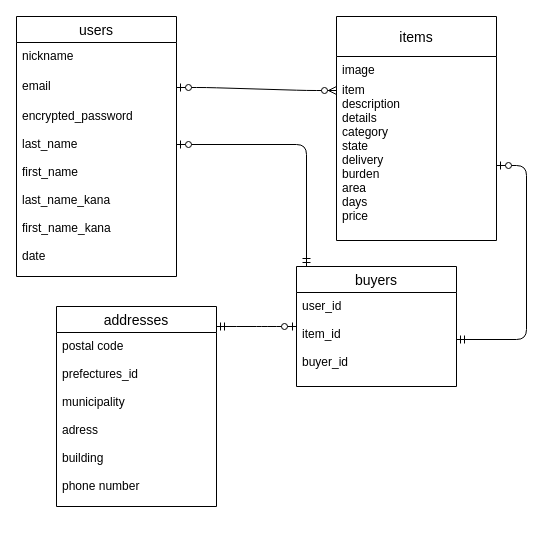
The draw.io diagram er.dio in kousuke-amano/furima-33946, before the edit. Source tidied: cells renumbered, new cells numbered last; positions are measured from the earlier drawing's top-left corner, leaving out a move shared by most shapes. Both pictures are drawn from the tidied source at 100%, with x=0, y=0 at pixel (16, 16).
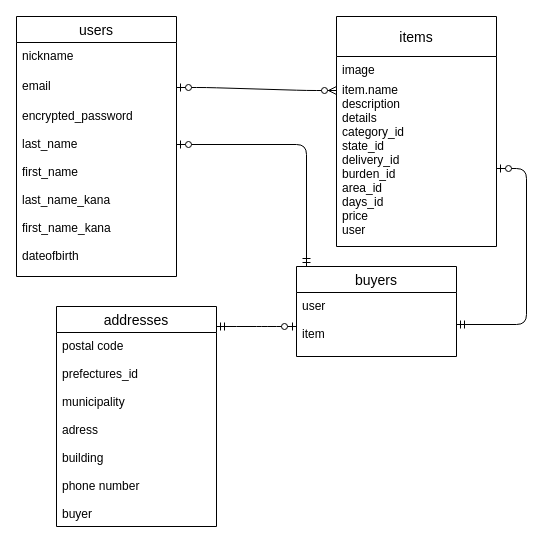
After the change.

Commit message:
データベース設計の修正

The change refers to these unchanged cells:
```xml
<mxCell id="2" value="users" style="swimlane;fontStyle=0;horizontal=1;startSize=26;align=center;fontSize=14;" parent="1" vertex="1">
  <mxGeometry width="160" height="260" as="geometry" />
</mxCell>
```

Change to the diagram source:
```diff
@@
-    <mxCell id="5" value="encrypted_password&#10;&#10;last_name&#10;&#10;first_name&#10;&#10;last_name_kana&#10;&#10;first_name_kana&#10;&#10;date&#10;&#10;&#10;&#10;" style="text;strokeColor=none;fillColor=none;spacingLeft=4;spacingRight=4;overflow=hidden;points=[[0,0.5],[1,0.5]];portConstraint=eastwest;fontSize=12;" parent="2" vertex="1">
+    <mxCell id="5" value="encrypted_password&#10;&#10;last_name&#10;&#10;first_name&#10;&#10;last_name_kana&#10;&#10;first_name_kana&#10;&#10;dateofbirth&#10;&#10;&#10;&#10;" style="text;strokeColor=none;fillColor=none;spacingLeft=4;spacingRight=4;overflow=hidden;points=[[0,0.5],[1,0.5]];portConstraint=eastwest;fontSize=12;" parent="2" vertex="1">
       <mxGeometry y="86" width="160" height="174" as="geometry" />
     </mxCell>
     <mxCell id="6" value="items" style="swimlane;fontStyle=0;horizontal=1;startSize=40;align=center;fontSize=14;" parent="1" vertex="1">
-      <mxGeometry x="320" width="160" height="224" as="geometry" />
+      <mxGeometry x="320" width="160" height="230" as="geometry" />
     </mxCell>
@@
-    <mxCell id="8" value="item" style="text;strokeColor=none;fillColor=none;spacingLeft=4;spacingRight=4;overflow=hidden;fontSize=12;" parent="6" vertex="1">
+    <mxCell id="8" value="item.name" style="text;strokeColor=none;fillColor=none;spacingLeft=4;spacingRight=4;overflow=hidden;fontSize=12;" parent="6" vertex="1">
       <mxGeometry y="60" width="160" height="14" as="geometry" />
     </mxCell>
-    <mxCell id="9" value="description&#10;details&#10;category&#10;state&#10;delivery&#10;burden&#10;area&#10;days&#10;price&#10;&#10;&#10;&#10;&#10;&#10;&#10;&#10;&#10;" style="text;strokeColor=none;fillColor=none;spacingLeft=4;spacingRight=4;overflow=hidden;points=[[0,0.5],[1,0.5]];portConstraint=eastwest;fontSize=12;" parent="6" vertex="1">
-      <mxGeometry y="74" width="160" height="150" as="geometry" />
+    <mxCell id="9" value="description&#10;details&#10;category_id&#10;state_id&#10;delivery_id&#10;burden_id&#10;area_id&#10;days_id&#10;price&#10;user&#10;&#10;&#10;&#10;&#10;&#10;&#10;&#10;&#10;&#10;" style="text;strokeColor=none;fillColor=none;spacingLeft=4;spacingRight=4;overflow=hidden;points=[[0,0.5],[1,0.5]];portConstraint=eastwest;fontSize=12;" parent="6" vertex="1">
+      <mxGeometry y="74" width="160" height="156" as="geometry" />
     </mxCell>
     <mxCell id="10" value="addresses" style="swimlane;fontStyle=0;horizontal=1;startSize=26;align=center;fontSize=14;" parent="1" vertex="1">
-      <mxGeometry x="40" y="290" width="160" height="200" as="geometry" />
+      <mxGeometry x="40" y="290" width="160" height="220" as="geometry" />
     </mxCell>
-    <mxCell id="11" value="postal code&#10;&#10;prefectures_id&#10;&#10;municipality&#10;&#10;adress&#10;&#10;building&#10;&#10;phone number&#10;&#10;&#10;&#10;" style="text;strokeColor=none;fillColor=none;spacingLeft=4;spacingRight=4;overflow=hidden;fontSize=12;" parent="10" vertex="1">
-      <mxGeometry y="26" width="160" height="174" as="geometry" />
+    <mxCell id="11" value="postal code&#10;&#10;prefectures_id&#10;&#10;municipality&#10;&#10;adress&#10;&#10;building&#10;&#10;phone number&#10;&#10;buyer&#10;&#10;&#10;&#10;" style="text;strokeColor=none;fillColor=none;spacingLeft=4;spacingRight=4;overflow=hidden;fontSize=12;" parent="10" vertex="1">
+      <mxGeometry y="26" width="160" height="194" as="geometry" />
     </mxCell>
     <mxCell id="12" value="buyers" style="swimlane;fontStyle=0;horizontal=1;startSize=26;align=center;fontSize=14;" parent="1" vertex="1">
-      <mxGeometry x="280" y="250" width="160" height="120" as="geometry" />
+      <mxGeometry x="280" y="250" width="160" height="90" as="geometry" />
     </mxCell>
-    <mxCell id="13" value="user_id&#10;&#10;item_id&#10;&#10;buyer_id&#10;&#10;" style="text;strokeColor=none;fillColor=none;spacingLeft=4;spacingRight=4;overflow=hidden;points=[[0,0.5],[1,0.5]];portConstraint=eastwest;fontSize=12;" parent="12" vertex="1">
-      <mxGeometry y="26" width="160" height="94" as="geometry" />
+    <mxCell id="13" value="user&#10;&#10;item&#10;&#10;&#10;" style="text;strokeColor=none;fillColor=none;spacingLeft=4;spacingRight=4;overflow=hidden;points=[[0,0.5],[1,0.5]];portConstraint=eastwest;fontSize=12;" parent="12" vertex="1">
+      <mxGeometry y="26" width="160" height="64" as="geometry" />
     </mxCell>
```
